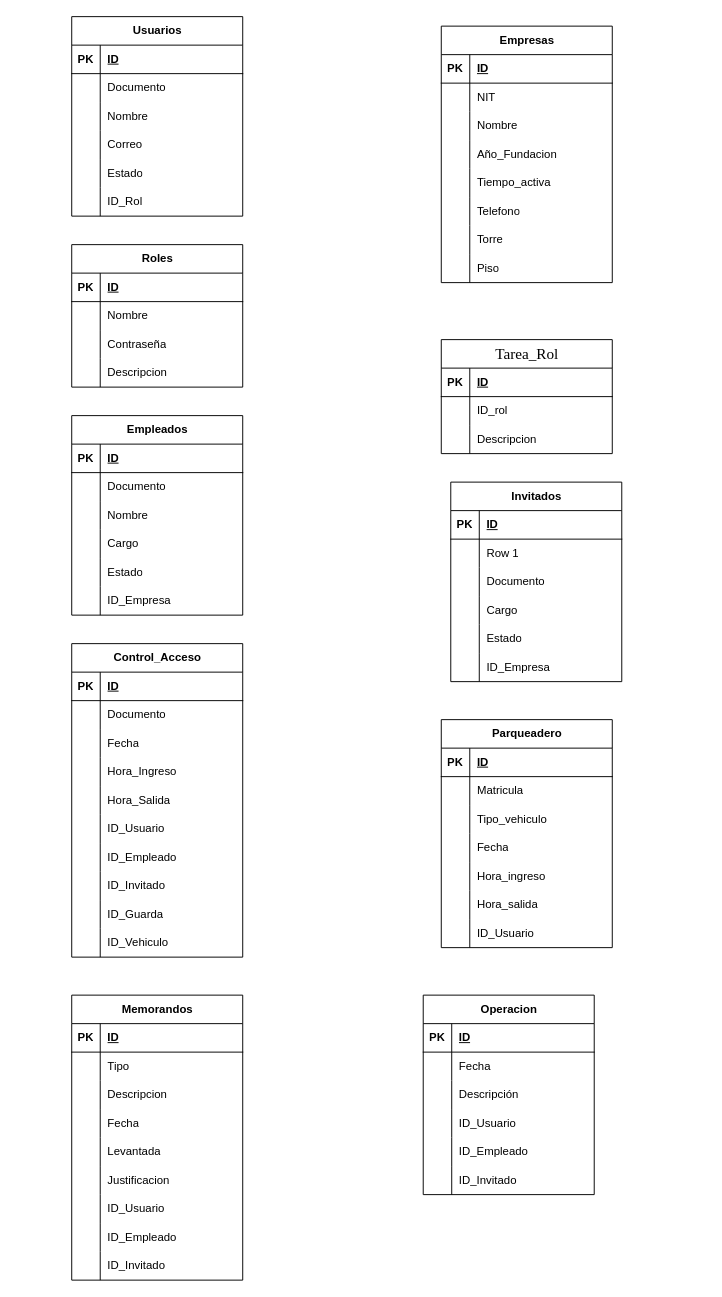
The draw.io diagram Diagrama de Diseño Relacional ACME.drawio in MichelAdrianTorradoRoa/SISTEMA_DE_CONTROL_DE_ACCESO_PARA_EL_COMPLEJO_EMPRESARIAL_ZONA_ACME, before the edit. Source tidied: cells renumbered, new cells numbered last; positions are measured from the earlier drawing's top-left corner, leaving out a move shared by most shapes. Both pictures are drawn from the tidied source at 95%, with x=0, y=0 at pixel (71, 16).
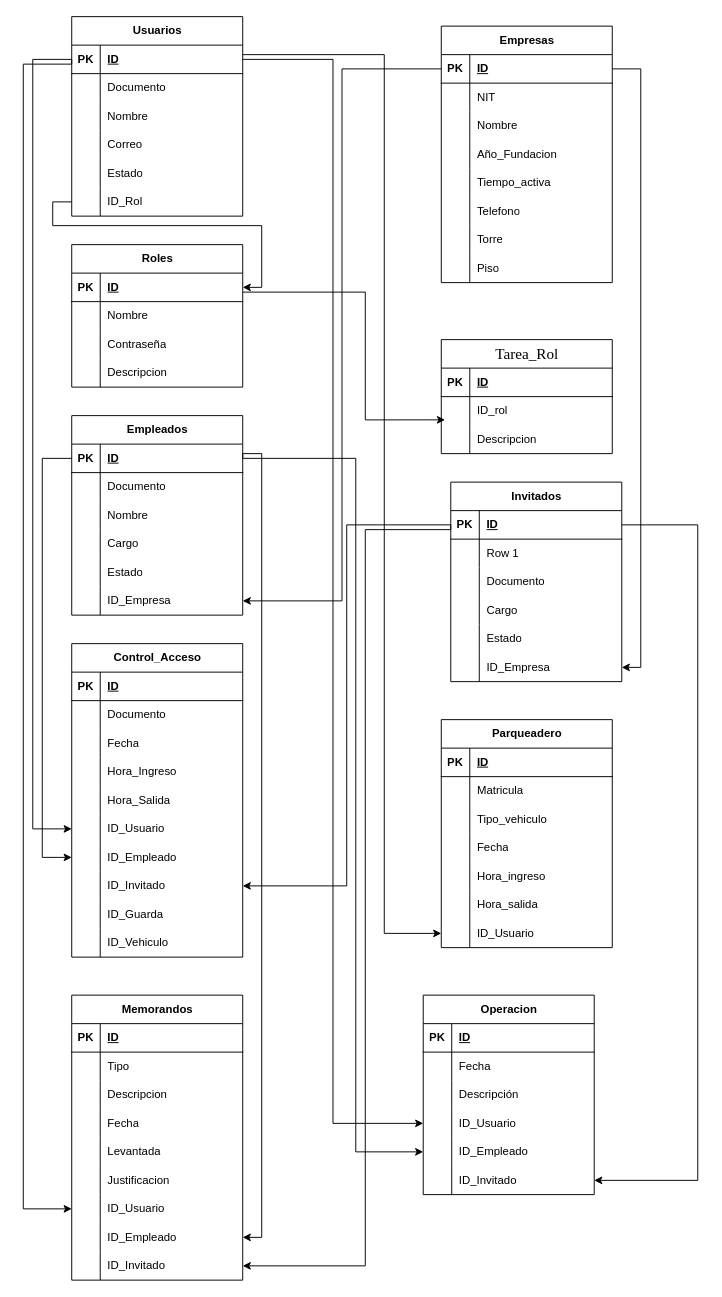
The same page after the edit.

Unchanged cells that the change refers to:
```xml
<mxCell id="3" style="shape=tableRow;horizontal=0;startSize=0;swimlaneHead=0;swimlaneBody=0;fillColor=none;points=[[0,0.5],[1,0.5]];portConstraint=eastwest;top=0;left=0;right=0;bottom=1;" parent="2" vertex="1">
  <mxGeometry y="30" width="180" height="30" as="geometry" />
</mxCell>
<mxCell id="18" style="shape=tableRow;horizontal=0;startSize=0;swimlaneHead=0;swimlaneBody=0;fillColor=none;points=[[0,0.5],[1,0.5]];portConstraint=eastwest;top=0;left=0;right=0;bottom=0;" parent="2" vertex="1">
  <mxGeometry y="180" width="180" height="30" as="geometry" />
</mxCell>
<mxCell id="22" style="shape=tableRow;horizontal=0;startSize=0;swimlaneHead=0;swimlaneBody=0;fillColor=none;points=[[0,0.5],[1,0.5]];portConstraint=eastwest;top=0;left=0;right=0;bottom=1;" parent="21" vertex="1">
  <mxGeometry y="30" width="180" height="30" as="geometry" />
</mxCell>
<mxCell id="47" style="shape=tableRow;horizontal=0;startSize=0;swimlaneHead=0;swimlaneBody=0;fillColor=none;points=[[0,0.5],[1,0.5]];portConstraint=eastwest;top=0;left=0;right=0;bottom=1;" parent="46" vertex="1">
  <mxGeometry y="30" width="180" height="30" as="geometry" />
</mxCell>
<mxCell id="60" style="shape=tableRow;horizontal=0;startSize=0;swimlaneHead=0;swimlaneBody=0;fillColor=none;points=[[0,0.5],[1,0.5]];portConstraint=eastwest;top=0;left=0;right=0;bottom=1;" parent="59" vertex="1">
  <mxGeometry y="30" width="180" height="30" as="geometry" />
</mxCell>
<mxCell id="75" style="shape=tableRow;horizontal=0;startSize=0;swimlaneHead=0;swimlaneBody=0;fillColor=none;points=[[0,0.5],[1,0.5]];portConstraint=eastwest;top=0;left=0;right=0;bottom=0;" parent="59" vertex="1">
  <mxGeometry y="180" width="180" height="30" as="geometry" />
</mxCell>
<mxCell id="94" style="shape=tableRow;horizontal=0;startSize=0;swimlaneHead=0;swimlaneBody=0;fillColor=none;points=[[0,0.5],[1,0.5]];portConstraint=eastwest;top=0;left=0;right=0;bottom=0;" parent="78" vertex="1">
  <mxGeometry y="180" width="180" height="30" as="geometry" />
</mxCell>
<mxCell id="97" style="shape=tableRow;horizontal=0;startSize=0;swimlaneHead=0;swimlaneBody=0;fillColor=none;points=[[0,0.5],[1,0.5]];portConstraint=eastwest;top=0;left=0;right=0;bottom=0;" parent="78" vertex="1">
  <mxGeometry y="210" width="180" height="30" as="geometry" />
</mxCell>
<mxCell id="100" style="shape=tableRow;horizontal=0;startSize=0;swimlaneHead=0;swimlaneBody=0;fillColor=none;points=[[0,0.5],[1,0.5]];portConstraint=eastwest;top=0;left=0;right=0;bottom=0;" parent="78" vertex="1">
  <mxGeometry y="240" width="180" height="30" as="geometry" />
</mxCell>
<mxCell id="128" style="shape=tableRow;horizontal=0;startSize=0;swimlaneHead=0;swimlaneBody=0;fillColor=none;points=[[0,0.5],[1,0.5]];portConstraint=eastwest;top=0;left=0;right=0;bottom=0;" parent="109" vertex="1">
  <mxGeometry y="210" width="180" height="30" as="geometry" />
</mxCell>
<mxCell id="131" style="shape=tableRow;horizontal=0;startSize=0;swimlaneHead=0;swimlaneBody=0;fillColor=none;points=[[0,0.5],[1,0.5]];portConstraint=eastwest;top=0;left=0;right=0;bottom=0;" parent="109" vertex="1">
  <mxGeometry y="240" width="180" height="30" as="geometry" />
</mxCell>
<mxCell id="134" style="shape=tableRow;horizontal=0;startSize=0;swimlaneHead=0;swimlaneBody=0;fillColor=none;points=[[0,0.5],[1,0.5]];portConstraint=eastwest;top=0;left=0;right=0;bottom=0;" parent="109" vertex="1">
  <mxGeometry y="270" width="180" height="30" as="geometry" />
</mxCell>
<mxCell id="141" style="shape=tableRow;horizontal=0;startSize=0;swimlaneHead=0;swimlaneBody=0;fillColor=none;points=[[0,0.5],[1,0.5]];portConstraint=eastwest;top=0;left=0;right=0;bottom=0;" parent="137" vertex="1">
  <mxGeometry y="60" width="180" height="30" as="geometry" />
</mxCell>
<mxCell id="148" style="shape=tableRow;horizontal=0;startSize=0;swimlaneHead=0;swimlaneBody=0;fillColor=none;points=[[0,0.5],[1,0.5]];portConstraint=eastwest;top=0;left=0;right=0;bottom=1;" parent="147" vertex="1">
  <mxGeometry y="30" width="180" height="30" as="geometry" />
</mxCell>
<mxCell id="163" style="shape=tableRow;horizontal=0;startSize=0;swimlaneHead=0;swimlaneBody=0;fillColor=none;points=[[0,0.5],[1,0.5]];portConstraint=eastwest;top=0;left=0;right=0;bottom=0;" parent="147" vertex="1">
  <mxGeometry y="180" width="180" height="30" as="geometry" />
</mxCell>
<mxCell id="185" style="shape=tableRow;horizontal=0;startSize=0;swimlaneHead=0;swimlaneBody=0;fillColor=none;points=[[0,0.5],[1,0.5]];portConstraint=eastwest;top=0;left=0;right=0;bottom=0;" parent="166" vertex="1">
  <mxGeometry y="210" width="180" height="30" as="geometry" />
</mxCell>
<mxCell id="198" style="shape=tableRow;horizontal=0;startSize=0;swimlaneHead=0;swimlaneBody=0;fillColor=none;points=[[0,0.5],[1,0.5]];portConstraint=eastwest;top=0;left=0;right=0;bottom=0;" parent="188" vertex="1">
  <mxGeometry y="120" width="180" height="30" as="geometry" />
</mxCell>
<mxCell id="201" style="shape=tableRow;horizontal=0;startSize=0;swimlaneHead=0;swimlaneBody=0;fillColor=none;points=[[0,0.5],[1,0.5]];portConstraint=eastwest;top=0;left=0;right=0;bottom=0;" parent="188" vertex="1">
  <mxGeometry y="150" width="180" height="30" as="geometry" />
</mxCell>
<mxCell id="204" style="shape=tableRow;horizontal=0;startSize=0;swimlaneHead=0;swimlaneBody=0;fillColor=none;points=[[0,0.5],[1,0.5]];portConstraint=eastwest;top=0;left=0;right=0;bottom=0;" parent="188" vertex="1">
  <mxGeometry y="180" width="180" height="30" as="geometry" />
</mxCell>
```

What changed in the source:
```diff
@@
+    <mxCell id="207" style="edgeStyle=orthogonalEdgeStyle;rounded=0;jettySize=auto;html=1;" parent="1" edge="1" source="18" target="47">
+      <mxGeometry relative="1" as="geometry">
+        <Array as="points">
+          <mxPoint x="-20" y="195" />
+          <mxPoint x="-20" y="220" />
+          <mxPoint x="200" y="220" />
+          <mxPoint x="200" y="285" />
+        </Array>
+      </mxGeometry>
+    </mxCell>
+    <mxCell id="208" style="edgeStyle=orthogonalEdgeStyle;rounded=0;jettySize=auto;html=1;exitX=0;exitY=0.5;exitDx=0;exitDy=0;" parent="1" edge="1" source="22" target="75">
+      <mxGeometry relative="1" as="geometry" />
+    </mxCell>
+    <mxCell id="209" style="edgeStyle=orthogonalEdgeStyle;rounded=0;jettySize=auto;html=1;entryX=1;entryY=0.5;entryDx=0;entryDy=0;" parent="1" edge="1" source="22" target="163">
+      <mxGeometry relative="1" as="geometry" />
+    </mxCell>
+    <mxCell id="210" style="edgeStyle=orthogonalEdgeStyle;rounded=0;jettySize=auto;html=1;entryX=0.022;entryY=0.815;entryDx=0;entryDy=0;entryPerimeter=0;" parent="1" edge="1" source="47" target="141">
+      <mxGeometry relative="1" as="geometry">
+        <Array as="points">
+          <mxPoint x="309" y="290" />
+          <mxPoint x="309" y="425" />
+        </Array>
+      </mxGeometry>
+    </mxCell>
+    <mxCell id="211" style="edgeStyle=orthogonalEdgeStyle;rounded=0;jettySize=auto;html=1;entryX=0;entryY=0.5;entryDx=0;entryDy=0;" parent="1" edge="1" source="3" target="94">
+      <mxGeometry relative="1" as="geometry">
+        <Array as="points">
+          <mxPoint x="-41" y="45" />
+          <mxPoint x="-41" y="855" />
+        </Array>
+      </mxGeometry>
+    </mxCell>
+    <mxCell id="212" style="edgeStyle=orthogonalEdgeStyle;rounded=0;jettySize=auto;html=1;exitX=0;exitY=0.5;exitDx=0;exitDy=0;entryX=0;entryY=0.5;entryDx=0;entryDy=0;" parent="1" edge="1" source="60" target="97">
+      <mxGeometry relative="1" as="geometry">
+        <Array as="points">
+          <mxPoint x="-31" y="465" />
+          <mxPoint x="-31" y="885" />
+        </Array>
+      </mxGeometry>
+    </mxCell>
+    <mxCell id="213" style="edgeStyle=orthogonalEdgeStyle;rounded=0;jettySize=auto;html=1;entryX=1;entryY=0.5;entryDx=0;entryDy=0;" parent="1" edge="1" source="148" target="100">
+      <mxGeometry relative="1" as="geometry" />
+    </mxCell>
+    <mxCell id="214" style="edgeStyle=orthogonalEdgeStyle;rounded=0;jettySize=auto;html=1;entryX=0;entryY=0.5;entryDx=0;entryDy=0;" parent="1" edge="1" source="3" target="198">
+      <mxGeometry relative="1" as="geometry" />
+    </mxCell>
+    <mxCell id="215" style="edgeStyle=orthogonalEdgeStyle;rounded=0;jettySize=auto;html=1;entryX=0;entryY=0.5;entryDx=0;entryDy=0;" parent="1" edge="1" source="60" target="201">
+      <mxGeometry relative="1" as="geometry">
+        <Array as="points">
+          <mxPoint x="299" y="465" />
+          <mxPoint x="299" y="1195" />
+        </Array>
+      </mxGeometry>
+    </mxCell>
+    <mxCell id="216" style="edgeStyle=orthogonalEdgeStyle;rounded=0;jettySize=auto;html=1;entryX=1;entryY=0.5;entryDx=0;entryDy=0;" parent="1" edge="1" source="148" target="204">
+      <mxGeometry relative="1" as="geometry">
+        <Array as="points">
+          <mxPoint x="659" y="535" />
+          <mxPoint x="659" y="1225" />
+        </Array>
+      </mxGeometry>
+    </mxCell>
+    <mxCell id="217" style="edgeStyle=orthogonalEdgeStyle;rounded=0;jettySize=auto;html=1;entryX=0;entryY=0.5;entryDx=0;entryDy=0;" parent="1" edge="1" source="3" target="185">
+      <mxGeometry relative="1" as="geometry">
+        <Array as="points">
+          <mxPoint x="329" y="40" />
+          <mxPoint x="329" y="965" />
+        </Array>
+      </mxGeometry>
+    </mxCell>
+    <mxCell id="218" style="edgeStyle=orthogonalEdgeStyle;rounded=0;jettySize=auto;html=1;exitX=0;exitY=0.5;exitDx=0;exitDy=0;entryX=0;entryY=0.5;entryDx=0;entryDy=0;" parent="1" edge="1" source="3" target="128">
+      <mxGeometry relative="1" as="geometry">
+        <Array as="points">
+          <mxPoint y="50" />
+          <mxPoint x="-51" y="50" />
+          <mxPoint x="-51" y="1255" />
+        </Array>
+      </mxGeometry>
+    </mxCell>
+    <mxCell id="219" style="edgeStyle=orthogonalEdgeStyle;rounded=0;jettySize=auto;html=1;exitX=1;exitY=0.5;exitDx=0;exitDy=0;entryX=1;entryY=0.5;entryDx=0;entryDy=0;" parent="1" edge="1" source="60" target="131">
+      <mxGeometry relative="1" as="geometry">
+        <Array as="points">
+          <mxPoint x="180" y="460" />
+          <mxPoint x="200" y="460" />
+          <mxPoint x="200" y="1285" />
+        </Array>
+      </mxGeometry>
+    </mxCell>
+    <mxCell id="220" style="edgeStyle=orthogonalEdgeStyle;rounded=0;jettySize=auto;html=1;exitX=0;exitY=0.5;exitDx=0;exitDy=0;entryX=1;entryY=0.5;entryDx=0;entryDy=0;" parent="1" edge="1" source="148" target="134">
+      <mxGeometry relative="1" as="geometry">
+        <Array as="points">
+          <mxPoint x="399" y="540" />
+          <mxPoint x="309" y="540" />
+          <mxPoint x="309" y="1315" />
+        </Array>
+      </mxGeometry>
+    </mxCell>
```
